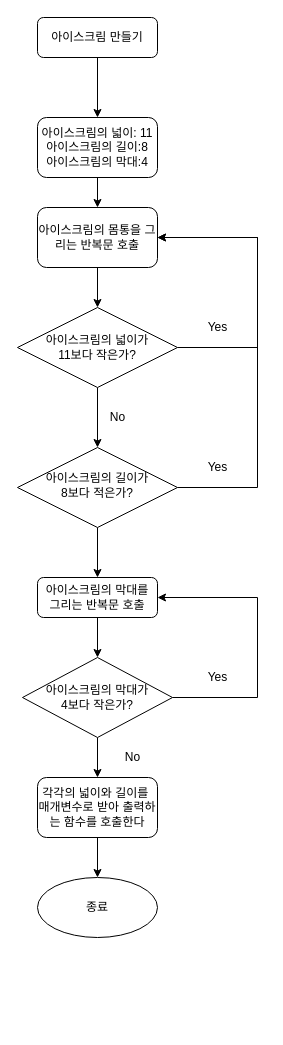
The draw.io diagram step2icecream.drawio in yagom-academy/swift-starter-Round1, before the edit. Source tidied: cells renumbered, new cells numbered last; positions are measured from the earlier drawing's top-left corner, leaving out a move shared by most shapes. Both pictures are drawn from the tidied source at 100%, with x=0, y=0 at pixel (17, 17).
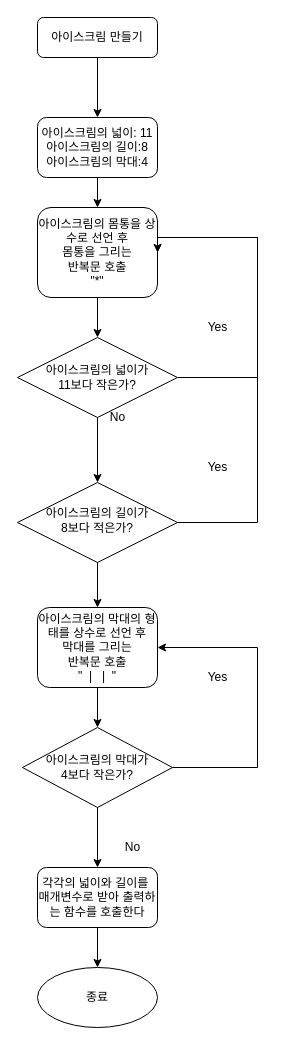
Above is the later version.

Commit message (it also covers changes not shown here):
Refactor: change for step2 code and doucument

Change to the diagram source:
```diff
@@
     <mxCell id="4" style="edgeStyle=orthogonalEdgeStyle;rounded=0;jettySize=auto;html=1;entryX=1;entryY=0.5;entryDx=0;entryDy=0;" parent="1" edge="1" source="6" target="14">
       <mxGeometry relative="1" as="geometry">
         <Array as="points">
-          <mxPoint x="240" y="470" />
+          <mxPoint x="240" y="505" />
           <mxPoint x="240" y="220" />
         </Array>
       </mxGeometry>
     </mxCell>
@@
     <mxCell id="6" value="아이스크림의 길이가&lt;br&gt;8보다 적은가?" style="rhombus;whiteSpace=wrap;html=1;shadow=0;fontFamily=Helvetica;fontSize=12;align=center;strokeWidth=1;spacing=6;spacingTop=-4;" parent="1" vertex="1">
-      <mxGeometry y="430" width="160" height="80" as="geometry" />
+      <mxGeometry y="465" width="160" height="80" as="geometry" />
     </mxCell>
@@
-    <mxCell id="8" value="아이스크림의 막대를&lt;br&gt;그리는 반복문 호출" style="rounded=1;whiteSpace=wrap;html=1;fontSize=12;glass=0;strokeWidth=1;shadow=0;" parent="1" vertex="1">
-      <mxGeometry x="20" y="560" width="120" height="40" as="geometry" />
+    <mxCell id="8" value="아이스크림의 막대의 형태를 상수로 선언 후&lt;br&gt;막대를 그리는&lt;br&gt;반복문 호출&lt;br&gt;&quot;&amp;nbsp; |&amp;nbsp; &amp;nbsp;|&amp;nbsp; &quot;" style="rounded=1;whiteSpace=wrap;html=1;fontSize=12;glass=0;strokeWidth=1;shadow=0;" parent="1" vertex="1">
+      <mxGeometry x="20" y="590" width="120" height="80" as="geometry" />
     </mxCell>
@@
     <mxCell id="10" value="각각의 넓이와 길이를&amp;nbsp;&lt;br&gt;매개변수로 받아 출력하는 함수를 호출한다" style="rounded=1;whiteSpace=wrap;html=1;fontSize=12;glass=0;strokeWidth=1;shadow=0;" parent="1" vertex="1">
-      <mxGeometry x="20" y="760" width="120" height="60" as="geometry" />
+      <mxGeometry x="20" y="850" width="120" height="60" as="geometry" />
     </mxCell>
@@
-    <mxCell id="14" value="아이스크림의 몸통을 그리는 반복문 호출" style="rounded=1;whiteSpace=wrap;html=1;" parent="1" vertex="1">
-      <mxGeometry x="20" y="190" width="120" height="60" as="geometry" />
+    <mxCell id="14" value="아이스크림의 몸통을 상수로 선언 후&lt;br&gt;몸통을 그리는&lt;br&gt;반복문 호출&lt;br&gt;&quot;*&quot;" style="rounded=1;whiteSpace=wrap;html=1;" parent="1" vertex="1">
+      <mxGeometry x="20" y="190" width="120" height="90" as="geometry" />
     </mxCell>
@@
     <mxCell id="16" style="edgeStyle=orthogonalEdgeStyle;rounded=0;jettySize=auto;html=1;entryX=1;entryY=0.5;entryDx=0;entryDy=0;" parent="1" edge="1" source="17" target="14">
       <mxGeometry relative="1" as="geometry">
         <Array as="points">
-          <mxPoint x="240" y="330" />
+          <mxPoint x="240" y="360" />
           <mxPoint x="240" y="220" />
         </Array>
       </mxGeometry>
     </mxCell>
     <mxCell id="17" value="아이스크림의 넓이가&lt;br&gt;11보다 작은가?" style="rhombus;whiteSpace=wrap;html=1;" parent="1" vertex="1">
-      <mxGeometry y="290" width="160" height="80" as="geometry" />
+      <mxGeometry y="320" width="160" height="80" as="geometry" />
     </mxCell>
@@
     <mxCell id="21" style="edgeStyle=orthogonalEdgeStyle;rounded=0;jettySize=auto;html=1;entryX=1;entryY=0.5;entryDx=0;entryDy=0;" parent="1" edge="1" source="23" target="8">
       <mxGeometry relative="1" as="geometry">
         <Array as="points">
-          <mxPoint x="240" y="680" />
-          <mxPoint x="240" y="580" />
+          <mxPoint x="240" y="750" />
+          <mxPoint x="240" y="630" />
         </Array>
       </mxGeometry>
     </mxCell>
@@
     <mxCell id="23" value="아이스크림의 막대가&lt;br&gt;4보다 작은가?" style="rhombus;whiteSpace=wrap;html=1;" parent="1" vertex="1">
-      <mxGeometry x="5" y="640" width="150" height="80" as="geometry" />
+      <mxGeometry x="5" y="710" width="150" height="80" as="geometry" />
     </mxCell>
@@
     <mxCell id="25" value="No" style="text;html=1;align=center;verticalAlign=middle;strokeColor=none;fillColor=none;" parent="1" vertex="1">
-      <mxGeometry x="100" y="730" width="30" height="20" as="geometry" />
+      <mxGeometry x="100" y="820" width="30" height="20" as="geometry" />
     </mxCell>
     <mxCell id="26" value="종료" style="ellipse;whiteSpace=wrap;html=1;rounded=1;glass=0;strokeWidth=1;shadow=0;" parent="1" vertex="1">
-      <mxGeometry x="20" y="860" width="120" height="60" as="geometry" />
+      <mxGeometry x="20" y="950" width="120" height="60" as="geometry" />
     </mxCell>
```
